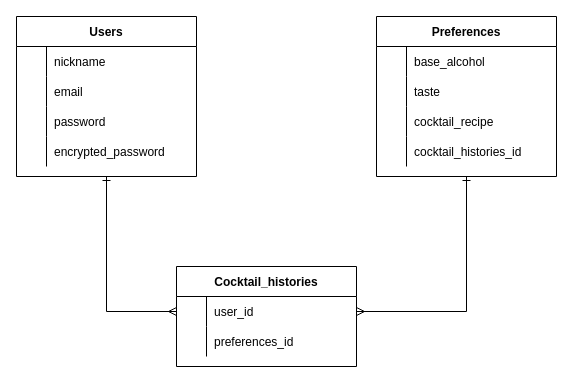
This is preference_cocktail_app.dio from takeki-kimura/preference_cocktail_app, a draw.io file, before an edit. Source tidied: cells renumbered, new cells numbered last; positions are measured from the earlier drawing's top-left corner, leaving out a move shared by most shapes. Both pictures are drawn from the tidied source at 100%, with x=0, y=0 at pixel (16, 16).
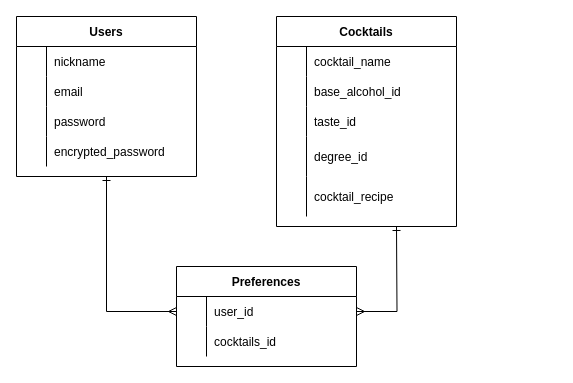
The same page after the edit.

The change refers to these unchanged cells:
```xml
<mxCell id="31" style="shape=partialRectangle;fillColor=none;top=0;left=0;bottom=0;right=0;points=[[0,0.5],[1,0.5]];portConstraint=eastwest;" parent="30" vertex="1">
  <mxGeometry y="30" width="180" height="30" as="geometry" />
</mxCell>
<mxCell id="34" style="shape=partialRectangle;fillColor=none;top=0;left=0;bottom=0;right=0;" parent="30" vertex="1">
  <mxGeometry y="60" width="180" height="30" as="geometry" />
</mxCell>
```

Diff of the diagram source:
```diff
@@
-    <mxCell id="16" style="edgeStyle=orthogonalEdgeStyle;rounded=0;jettySize=auto;html=1;entryX=1;entryY=0.5;entryDx=0;entryDy=0;endArrow=ERmany;endFill=0;startArrow=ERone;startFill=0;" parent="1" edge="1" source="17" target="31">
-      <mxGeometry relative="1" as="geometry" />
-    </mxCell>
-    <mxCell id="17" value="Preferences" style="shape=table;startSize=30;childLayout=tableLayout;rowLines=0;fontStyle=1;align=center;strokeWidth=1;" parent="1" vertex="1">
-      <mxGeometry x="360" width="180" height="160" as="geometry" />
-    </mxCell>
-    <mxCell id="18" style="shape=partialRectangle;fillColor=none;top=0;left=0;bottom=0;right=0;" parent="17" vertex="1">
-      <mxGeometry y="30" width="180" height="30" as="geometry" />
-    </mxCell>
-    <mxCell id="19" style="shape=partialRectangle;fillColor=none;top=0;left=0;bottom=0;right=0;overflow=hidden;" parent="18" vertex="1">
-      <mxGeometry width="30" height="30" as="geometry" />
-    </mxCell>
-    <mxCell id="20" value="base_alcohol" style="shape=partialRectangle;fillColor=none;top=0;left=0;bottom=0;right=0;align=left;spacingLeft=6;overflow=hidden;" parent="18" vertex="1">
-      <mxGeometry x="30" width="150" height="30" as="geometry" />
-    </mxCell>
-    <mxCell id="21" style="shape=partialRectangle;fillColor=none;top=0;left=0;bottom=0;right=0;" parent="17" vertex="1">
-      <mxGeometry y="60" width="180" height="30" as="geometry" />
-    </mxCell>
-    <mxCell id="22" style="shape=partialRectangle;fillColor=none;top=0;left=0;bottom=0;right=0;overflow=hidden;" parent="21" vertex="1">
-      <mxGeometry width="30" height="30" as="geometry" />
-    </mxCell>
-    <mxCell id="23" value="taste" style="shape=partialRectangle;fillColor=none;top=0;left=0;bottom=0;right=0;align=left;spacingLeft=6;overflow=hidden;" parent="21" vertex="1">
-      <mxGeometry x="30" width="150" height="30" as="geometry" />
-    </mxCell>
-    <mxCell id="24" style="shape=partialRectangle;fillColor=none;top=0;left=0;bottom=0;right=0;" parent="17" vertex="1">
-      <mxGeometry y="90" width="180" height="30" as="geometry" />
-    </mxCell>
-    <mxCell id="25" style="shape=partialRectangle;fillColor=none;top=0;left=0;bottom=0;right=0;overflow=hidden;" parent="24" vertex="1">
-      <mxGeometry width="30" height="30" as="geometry" />
-    </mxCell>
-    <mxCell id="26" value="cocktail_recipe" style="shape=partialRectangle;fillColor=none;top=0;left=0;bottom=0;right=0;align=left;spacingLeft=6;overflow=hidden;" parent="24" vertex="1">
-      <mxGeometry x="30" width="150" height="30" as="geometry" />
-    </mxCell>
-    <mxCell id="27" style="shape=partialRectangle;fillColor=none;top=0;left=0;bottom=0;right=0;" parent="17" vertex="1">
-      <mxGeometry y="120" width="180" height="30" as="geometry" />
-    </mxCell>
-    <mxCell id="28" style="shape=partialRectangle;fillColor=none;top=0;left=0;bottom=0;right=0;overflow=hidden;" parent="27" vertex="1">
-      <mxGeometry width="30" height="30" as="geometry" />
-    </mxCell>
-    <mxCell id="29" value="cocktail_histories_id" style="shape=partialRectangle;fillColor=none;top=0;left=0;bottom=0;right=0;align=left;spacingLeft=6;overflow=hidden;" parent="27" vertex="1">
-      <mxGeometry x="30" width="150" height="30" as="geometry" />
-    </mxCell>
-    <mxCell id="30" value="Cocktail_histories" style="shape=table;startSize=30;childLayout=tableLayout;rowLines=0;fontStyle=1;align=center;strokeWidth=1;" parent="1" vertex="1">
+    <mxCell id="30" value="Preferences" style="shape=table;startSize=30;childLayout=tableLayout;rowLines=0;fontStyle=1;align=center;strokeWidth=1;" parent="1" vertex="1">
       <mxGeometry x="160" y="250" width="180" height="100" as="geometry" />
     </mxCell>
@@
-    <mxCell id="36" value="preferences_id" style="shape=partialRectangle;fillColor=none;top=0;left=0;bottom=0;right=0;align=left;spacingLeft=6;overflow=hidden;" parent="34" vertex="1">
+    <mxCell id="36" value="cocktails_id" style="shape=partialRectangle;fillColor=none;top=0;left=0;bottom=0;right=0;align=left;spacingLeft=6;overflow=hidden;" parent="34" vertex="1">
       <mxGeometry x="30" width="150" height="30" as="geometry" />
     </mxCell>
+    <mxCell id="37" value="Cocktails" style="shape=table;startSize=30;childLayout=tableLayout;rowLines=0;fontStyle=1;align=center;" parent="1" vertex="1">
+      <mxGeometry x="260" width="180" height="210" as="geometry" />
+    </mxCell>
+    <mxCell id="18" style="shape=partialRectangle;fillColor=none;top=0;left=0;bottom=0;right=0;" parent="37" vertex="1">
+      <mxGeometry y="30" width="180" height="30" as="geometry" />
+    </mxCell>
+    <mxCell id="38" style="shape=partialRectangle;fillColor=none;top=0;left=0;bottom=0;right=0;overflow=hidden;" parent="18" vertex="1">
+      <mxGeometry width="30" height="30" as="geometry" />
+    </mxCell>
+    <mxCell id="39" value="cocktail_name" style="shape=partialRectangle;fillColor=none;top=0;left=0;bottom=0;right=0;align=left;spacingLeft=6;overflow=hidden;" parent="18" vertex="1">
+      <mxGeometry x="30" width="150" height="30" as="geometry" />
+    </mxCell>
+    <mxCell id="21" style="shape=partialRectangle;fillColor=none;top=0;left=0;bottom=0;right=0;" parent="37" vertex="1">
+      <mxGeometry y="60" width="180" height="30" as="geometry" />
+    </mxCell>
+    <mxCell id="40" style="shape=partialRectangle;fillColor=none;top=0;left=0;bottom=0;right=0;overflow=hidden;" parent="21" vertex="1">
+      <mxGeometry width="30" height="30" as="geometry" />
+    </mxCell>
+    <mxCell id="41" value="base_alcohol_id" style="shape=partialRectangle;fillColor=none;top=0;left=0;bottom=0;right=0;align=left;spacingLeft=6;overflow=hidden;" parent="21" vertex="1">
+      <mxGeometry x="30" width="150" height="30" as="geometry" />
+    </mxCell>
+    <mxCell id="24" style="shape=partialRectangle;fillColor=none;top=0;left=0;bottom=0;right=0;" parent="37" vertex="1">
+      <mxGeometry y="90" width="180" height="30" as="geometry" />
+    </mxCell>
+    <mxCell id="42" style="shape=partialRectangle;fillColor=none;top=0;left=0;bottom=0;right=0;overflow=hidden;" parent="24" vertex="1">
+      <mxGeometry width="30" height="30" as="geometry" />
+    </mxCell>
+    <mxCell id="43" value="taste_id" style="shape=partialRectangle;fillColor=none;top=0;left=0;bottom=0;right=0;align=left;spacingLeft=6;overflow=hidden;" parent="24" vertex="1">
+      <mxGeometry x="30" width="150" height="30" as="geometry" />
+    </mxCell>
+    <mxCell id="44" style="shape=partialRectangle;fillColor=none;top=0;left=0;bottom=0;right=0;" parent="37" vertex="1">
+      <mxGeometry y="120" width="180" height="40" as="geometry" />
+    </mxCell>
+    <mxCell id="45" style="shape=partialRectangle;fillColor=none;top=0;left=0;bottom=0;right=0;overflow=hidden;" parent="44" vertex="1">
+      <mxGeometry width="30" height="40" as="geometry" />
+    </mxCell>
+    <mxCell id="46" value="degree_id" style="shape=partialRectangle;fillColor=none;top=0;left=0;bottom=0;right=0;align=left;spacingLeft=6;overflow=hidden;" parent="44" vertex="1">
+      <mxGeometry x="30" width="150" height="40" as="geometry" />
+    </mxCell>
+    <mxCell id="47" style="shape=partialRectangle;fillColor=none;top=0;left=0;bottom=0;right=0;" parent="37" vertex="1">
+      <mxGeometry y="160" width="180" height="40" as="geometry" />
+    </mxCell>
+    <mxCell id="48" style="shape=partialRectangle;fillColor=none;top=0;left=0;bottom=0;right=0;overflow=hidden;" parent="47" vertex="1">
+      <mxGeometry width="30" height="40" as="geometry" />
+    </mxCell>
+    <mxCell id="26" value="cocktail_recipe" style="shape=partialRectangle;fillColor=none;top=0;left=0;bottom=0;right=0;align=left;spacingLeft=6;overflow=hidden;" parent="47" vertex="1">
+      <mxGeometry x="30" width="150" height="40" as="geometry" />
+    </mxCell>
+    <mxCell id="49" style="edgeStyle=orthogonalEdgeStyle;rounded=0;jettySize=auto;html=1;exitX=1;exitY=0.5;exitDx=0;exitDy=0;endArrow=ERone;endFill=0;startArrow=ERmany;startFill=0;" parent="1" edge="1" source="31">
+      <mxGeometry relative="1" as="geometry">
+        <mxPoint x="380" y="210" as="targetPoint" />
+      </mxGeometry>
+    </mxCell>
```
